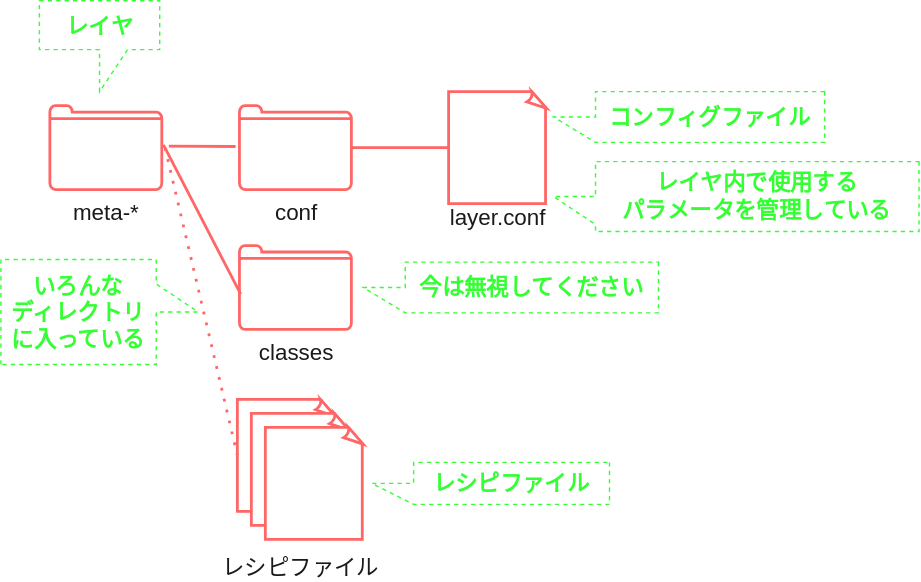
Earlier version of the draw.io export manual/docs/level-2/images/layer_directory.drawio.svg (AngryMane/yocto-learning). Source tidied: cells renumbered, new cells last; positions are measured from the earlier drawing's top-left corner, leaving out a move shared by most shapes. The source it was exported from:
```xml
<mxGraphModel>
  <root>
    <mxCell id="0" />
    <mxCell id="1" parent="0" />
    <mxCell id="2" value="meta-*" style="html=1;verticalLabelPosition=bottom;align=center;labelBackgroundColor=none;verticalAlign=top;strokeWidth=2;strokeColor=#FF6666;shadow=0;dashed=0;shape=mxgraph.ios7.icons.folder;fontColor=#1A1A1A;fontSize=16;" parent="1" vertex="1">
      <mxGeometry x="35" y="75" width="80" height="60" as="geometry" />
    </mxCell>
    <mxCell id="3" value="conf" style="html=1;verticalLabelPosition=bottom;align=center;labelBackgroundColor=none;verticalAlign=top;strokeWidth=2;strokeColor=#FF6666;shadow=0;dashed=0;shape=mxgraph.ios7.icons.folder;fontColor=#1A1A1A;fontSize=16;" parent="1" vertex="1">
      <mxGeometry x="170.5" y="75" width="80" height="60" as="geometry" />
    </mxCell>
    <mxCell id="4" style="whiteSpace=wrap;html=1;shape=mxgraph.basic.document;strokeColor=#FF6666;strokeWidth=2;fontColor=#1A1A1A;" parent="1" vertex="1">
      <mxGeometry x="320" y="65" width="70" height="80" as="geometry" />
    </mxCell>
    <mxCell id="5" value="layer.conf" style="text;html=1;align=center;verticalAlign=middle;strokeColor=none;fillColor=none;fontSize=16;fontColor=#1A1A1A;" parent="1" vertex="1">
      <mxGeometry x="315" y="145" width="80" height="20" as="geometry" />
    </mxCell>
    <mxCell id="6" value="classes" style="html=1;verticalLabelPosition=bottom;align=center;labelBackgroundColor=none;verticalAlign=top;strokeWidth=2;strokeColor=#FF6666;shadow=0;dashed=0;shape=mxgraph.ios7.icons.folder;fontColor=#1A1A1A;fontSize=16;" parent="1" vertex="1">
      <mxGeometry x="170.5" y="175" width="80" height="60" as="geometry" />
    </mxCell>
    <mxCell id="7" style="whiteSpace=wrap;html=1;shape=mxgraph.basic.document;strokeColor=#FF6666;strokeWidth=2;fontColor=#1A1A1A;" parent="1" vertex="1">
      <mxGeometry x="169" y="285" width="70" height="80" as="geometry" />
    </mxCell>
    <mxCell id="8" value="レシピファイル" style="text;html=1;align=center;verticalAlign=middle;strokeColor=none;fillColor=none;fontSize=16;fontColor=#1A1A1A;" parent="1" vertex="1">
      <mxGeometry x="149" y="395" width="130" height="20" as="geometry" />
    </mxCell>
    <mxCell id="9" style="whiteSpace=wrap;html=1;shape=mxgraph.basic.document;strokeColor=#FF6666;strokeWidth=2;fontColor=#1A1A1A;" parent="1" vertex="1">
      <mxGeometry x="179" y="295" width="70" height="80" as="geometry" />
    </mxCell>
    <mxCell id="10" style="whiteSpace=wrap;html=1;shape=mxgraph.basic.document;strokeColor=#FF6666;strokeWidth=2;fontColor=#1A1A1A;" parent="1" vertex="1">
      <mxGeometry x="189" y="305" width="70" height="80" as="geometry" />
    </mxCell>
    <mxCell id="11" style="edgeStyle=none;html=1;fontSize=16;fontColor=#FFFFFF;endArrow=none;endFill=0;strokeWidth=2;strokeColor=#FF6666;" parent="1" edge="1" target="4">
      <mxGeometry relative="1" as="geometry">
        <mxPoint x="250" y="105" as="sourcePoint" />
      </mxGeometry>
    </mxCell>
    <mxCell id="12" style="edgeStyle=none;html=1;entryX=0.011;entryY=0.58;entryDx=0;entryDy=0;entryPerimeter=0;fontSize=16;fontColor=#FFFFFF;endArrow=none;endFill=0;strokeWidth=2;strokeColor=#FF6666;exitX=1.015;exitY=0.467;exitDx=0;exitDy=0;exitPerimeter=0;" parent="1" edge="1" source="2" target="6">
      <mxGeometry relative="1" as="geometry" />
    </mxCell>
    <mxCell id="13" style="endArrow=none;dashed=1;html=1;dashPattern=1 3;strokeWidth=2;fontSize=16;fontColor=#FFFFFF;entryX=0;entryY=0.5;entryDx=0;entryDy=0;entryPerimeter=0;exitX=1.03;exitY=0.507;exitDx=0;exitDy=0;exitPerimeter=0;strokeColor=#FF6666;" parent="1" edge="1" source="2" target="7">
      <mxGeometry relative="1" as="geometry" />
    </mxCell>
    <mxCell id="14" value="いろんな&lt;br&gt;ディレクトリ&lt;br&gt;に入っている" style="shape=callout;whiteSpace=wrap;html=1;perimeter=calloutPerimeter;dashed=1;strokeWidth=1;fillColor=none;direction=north;strokeColor=#33FF33;fontColor=#33FF33;fontStyle=1;fontSize=16;" parent="1" vertex="1">
      <mxGeometry y="185" width="141" height="75" as="geometry" />
    </mxCell>
    <mxCell id="15" value="レイヤ" style="shape=callout;whiteSpace=wrap;html=1;perimeter=calloutPerimeter;dashed=1;strokeWidth=1;fillColor=none;direction=east;strokeColor=#33FF33;fontColor=#33FF33;fontStyle=1;fontSize=16;" parent="1" vertex="1">
      <mxGeometry x="27.5" width="86" height="65" as="geometry" />
    </mxCell>
    <mxCell id="16" style="edgeStyle=none;html=1;fontSize=16;fontColor=#FFFFFF;endArrow=none;endFill=0;strokeWidth=2;strokeColor=#FF6666;entryX=-0.034;entryY=0.487;entryDx=0;entryDy=0;entryPerimeter=0;" parent="1" edge="1" target="3">
      <mxGeometry relative="1" as="geometry">
        <mxPoint x="120" y="104" as="sourcePoint" />
      </mxGeometry>
    </mxCell>
    <mxCell id="17" value="レシピファイル" style="shape=callout;whiteSpace=wrap;html=1;perimeter=calloutPerimeter;dashed=1;strokeWidth=1;fillColor=none;direction=south;strokeColor=#33FF33;fontColor=#33FF33;fontStyle=1;fontSize=16;" parent="1" vertex="1">
      <mxGeometry x="265" y="330" width="170" height="30" as="geometry" />
    </mxCell>
    <mxCell id="18" value="コンフィグファイル" style="shape=callout;whiteSpace=wrap;html=1;perimeter=calloutPerimeter;dashed=1;strokeWidth=1;fillColor=none;direction=south;strokeColor=#33FF33;fontColor=#33FF33;fontStyle=1;fontSize=16;" parent="1" vertex="1">
      <mxGeometry x="395" y="65" width="193.8" height="36.2" as="geometry" />
    </mxCell>
    <mxCell id="19" value="今は無視してください" style="shape=callout;whiteSpace=wrap;html=1;perimeter=calloutPerimeter;dashed=1;strokeWidth=1;fillColor=none;direction=south;strokeColor=#33FF33;fontColor=#33FF33;fontStyle=1;fontSize=16;" parent="1" vertex="1">
      <mxGeometry x="259" y="186.9" width="211" height="36.2" as="geometry" />
    </mxCell>
    <mxCell id="20" value="レイヤ内で使用する&lt;br&gt;パラメータを管理している" style="shape=callout;whiteSpace=wrap;html=1;perimeter=calloutPerimeter;dashed=1;strokeWidth=1;fillColor=none;direction=south;strokeColor=#33FF33;fontColor=#33FF33;fontStyle=1;fontSize=16;" parent="1" vertex="1">
      <mxGeometry x="395" y="115" width="261.2" height="50" as="geometry" />
    </mxCell>
  </root>
</mxGraphModel>
```
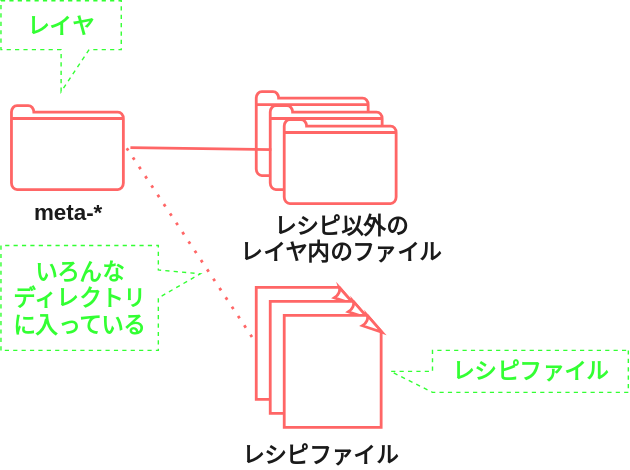
After the change.

The edit, as a diff of the source:
```diff
@@ -2,25 +2,13 @@
   <root>
     <mxCell id="0" />
     <mxCell id="1" parent="0" />
-    <mxCell id="2" value="meta-*" style="html=1;verticalLabelPosition=bottom;align=center;labelBackgroundColor=none;verticalAlign=top;strokeWidth=2;strokeColor=#FF6666;shadow=0;dashed=0;shape=mxgraph.ios7.icons.folder;fontColor=#1A1A1A;fontSize=16;" parent="1" vertex="1">
-      <mxGeometry x="35" y="75" width="80" height="60" as="geometry" />
+    <mxCell id="2" value="meta-*" style="html=1;verticalLabelPosition=bottom;align=center;labelBackgroundColor=none;verticalAlign=top;strokeWidth=2;strokeColor=#FF6666;shadow=0;dashed=0;shape=mxgraph.ios7.icons.folder;fontColor=#1A1A1A;fontSize=16;fontStyle=1;" parent="1" vertex="1">
+      <mxGeometry x="-6" y="155" width="80" height="60" as="geometry" />
     </mxCell>
-    <mxCell id="3" value="conf" style="html=1;verticalLabelPosition=bottom;align=center;labelBackgroundColor=none;verticalAlign=top;strokeWidth=2;strokeColor=#FF6666;shadow=0;dashed=0;shape=mxgraph.ios7.icons.folder;fontColor=#1A1A1A;fontSize=16;" parent="1" vertex="1">
-      <mxGeometry x="170.5" y="75" width="80" height="60" as="geometry" />
-    </mxCell>
-    <mxCell id="4" style="whiteSpace=wrap;html=1;shape=mxgraph.basic.document;strokeColor=#FF6666;strokeWidth=2;fontColor=#1A1A1A;" parent="1" vertex="1">
-      <mxGeometry x="320" y="65" width="70" height="80" as="geometry" />
-    </mxCell>
-    <mxCell id="5" value="layer.conf" style="text;html=1;align=center;verticalAlign=middle;strokeColor=none;fillColor=none;fontSize=16;fontColor=#1A1A1A;" parent="1" vertex="1">
-      <mxGeometry x="315" y="145" width="80" height="20" as="geometry" />
-    </mxCell>
-    <mxCell id="6" value="classes" style="html=1;verticalLabelPosition=bottom;align=center;labelBackgroundColor=none;verticalAlign=top;strokeWidth=2;strokeColor=#FF6666;shadow=0;dashed=0;shape=mxgraph.ios7.icons.folder;fontColor=#1A1A1A;fontSize=16;" parent="1" vertex="1">
-      <mxGeometry x="170.5" y="175" width="80" height="60" as="geometry" />
-    </mxCell>
     <mxCell id="7" style="whiteSpace=wrap;html=1;shape=mxgraph.basic.document;strokeColor=#FF6666;strokeWidth=2;fontColor=#1A1A1A;" parent="1" vertex="1">
       <mxGeometry x="169" y="285" width="70" height="80" as="geometry" />
     </mxCell>
-    <mxCell id="8" value="レシピファイル" style="text;html=1;align=center;verticalAlign=middle;strokeColor=none;fillColor=none;fontSize=16;fontColor=#1A1A1A;" parent="1" vertex="1">
+    <mxCell id="8" value="レシピファイル" style="text;html=1;align=center;verticalAlign=middle;strokeColor=none;fillColor=none;fontSize=16;fontColor=#1A1A1A;fontStyle=1;" parent="1" vertex="1">
       <mxGeometry x="149" y="395" width="130" height="20" as="geometry" />
     </mxCell>
     <mxCell id="9" style="whiteSpace=wrap;html=1;shape=mxgraph.basic.document;strokeColor=#FF6666;strokeWidth=2;fontColor=#1A1A1A;" parent="1" vertex="1">
@@ -29,39 +17,32 @@
     <mxCell id="10" style="whiteSpace=wrap;html=1;shape=mxgraph.basic.document;strokeColor=#FF6666;strokeWidth=2;fontColor=#1A1A1A;" parent="1" vertex="1">
       <mxGeometry x="189" y="305" width="70" height="80" as="geometry" />
     </mxCell>
-    <mxCell id="11" style="edgeStyle=none;html=1;fontSize=16;fontColor=#FFFFFF;endArrow=none;endFill=0;strokeWidth=2;strokeColor=#FF6666;" parent="1" edge="1" target="4">
-      <mxGeometry relative="1" as="geometry">
-        <mxPoint x="250" y="105" as="sourcePoint" />
-      </mxGeometry>
-    </mxCell>
-    <mxCell id="12" style="edgeStyle=none;html=1;entryX=0.011;entryY=0.58;entryDx=0;entryDy=0;entryPerimeter=0;fontSize=16;fontColor=#FFFFFF;endArrow=none;endFill=0;strokeWidth=2;strokeColor=#FF6666;exitX=1.015;exitY=0.467;exitDx=0;exitDy=0;exitPerimeter=0;" parent="1" edge="1" source="2" target="6">
-      <mxGeometry relative="1" as="geometry" />
-    </mxCell>
     <mxCell id="13" style="endArrow=none;dashed=1;html=1;dashPattern=1 3;strokeWidth=2;fontSize=16;fontColor=#FFFFFF;entryX=0;entryY=0.5;entryDx=0;entryDy=0;entryPerimeter=0;exitX=1.03;exitY=0.507;exitDx=0;exitDy=0;exitPerimeter=0;strokeColor=#FF6666;" parent="1" edge="1" source="2" target="7">
       <mxGeometry relative="1" as="geometry" />
     </mxCell>
-    <mxCell id="14" value="いろんな&lt;br&gt;ディレクトリ&lt;br&gt;に入っている" style="shape=callout;whiteSpace=wrap;html=1;perimeter=calloutPerimeter;dashed=1;strokeWidth=1;fillColor=none;direction=north;strokeColor=#33FF33;fontColor=#33FF33;fontStyle=1;fontSize=16;" parent="1" vertex="1">
-      <mxGeometry y="185" width="141" height="75" as="geometry" />
+    <mxCell id="14" value="いろんな&lt;br&gt;ディレクトリ&lt;br&gt;に入っている" style="shape=callout;whiteSpace=wrap;html=1;perimeter=calloutPerimeter;dashed=1;strokeWidth=1;fillColor=none;direction=north;strokeColor=#33FF33;fontColor=#33FF33;fontStyle=1;fontSize=16;position2=0.73;" parent="1" vertex="1">
+      <mxGeometry x="-13.5" y="255" width="142.5" height="75" as="geometry" />
     </mxCell>
     <mxCell id="15" value="レイヤ" style="shape=callout;whiteSpace=wrap;html=1;perimeter=calloutPerimeter;dashed=1;strokeWidth=1;fillColor=none;direction=east;strokeColor=#33FF33;fontColor=#33FF33;fontStyle=1;fontSize=16;" parent="1" vertex="1">
-      <mxGeometry x="27.5" width="86" height="65" as="geometry" />
+      <mxGeometry x="-13.5" y="80" width="86" height="65" as="geometry" />
     </mxCell>
-    <mxCell id="16" style="edgeStyle=none;html=1;fontSize=16;fontColor=#FFFFFF;endArrow=none;endFill=0;strokeWidth=2;strokeColor=#FF6666;entryX=-0.034;entryY=0.487;entryDx=0;entryDy=0;entryPerimeter=0;" parent="1" edge="1" target="3">
-      <mxGeometry relative="1" as="geometry">
-        <mxPoint x="120" y="104" as="sourcePoint" />
-      </mxGeometry>
-    </mxCell>
     <mxCell id="17" value="レシピファイル" style="shape=callout;whiteSpace=wrap;html=1;perimeter=calloutPerimeter;dashed=1;strokeWidth=1;fillColor=none;direction=south;strokeColor=#33FF33;fontColor=#33FF33;fontStyle=1;fontSize=16;" parent="1" vertex="1">
       <mxGeometry x="265" y="330" width="170" height="30" as="geometry" />
     </mxCell>
-    <mxCell id="18" value="コンフィグファイル" style="shape=callout;whiteSpace=wrap;html=1;perimeter=calloutPerimeter;dashed=1;strokeWidth=1;fillColor=none;direction=south;strokeColor=#33FF33;fontColor=#33FF33;fontStyle=1;fontSize=16;" parent="1" vertex="1">
-      <mxGeometry x="395" y="65" width="193.8" height="36.2" as="geometry" />
-    </mxCell>
-    <mxCell id="19" value="今は無視してください" style="shape=callout;whiteSpace=wrap;html=1;perimeter=calloutPerimeter;dashed=1;strokeWidth=1;fillColor=none;direction=south;strokeColor=#33FF33;fontColor=#33FF33;fontStyle=1;fontSize=16;" parent="1" vertex="1">
-      <mxGeometry x="259" y="186.9" width="211" height="36.2" as="geometry" />
-    </mxCell>
-    <mxCell id="20" value="レイヤ内で使用する&lt;br&gt;パラメータを管理している" style="shape=callout;whiteSpace=wrap;html=1;perimeter=calloutPerimeter;dashed=1;strokeWidth=1;fillColor=none;direction=south;strokeColor=#33FF33;fontColor=#33FF33;fontStyle=1;fontSize=16;" parent="1" vertex="1">
-      <mxGeometry x="395" y="115" width="261.2" height="50" as="geometry" />
-    </mxCell>
+    <mxCell id="21" style="group;" parent="1" vertex="1">
+      <mxGeometry x="169" y="145" width="100" height="80" as="geometry" />
+    </mxCell>
+    <mxCell id="3" style="html=1;verticalLabelPosition=bottom;align=center;labelBackgroundColor=none;verticalAlign=top;strokeWidth=2;strokeColor=#FF6666;shadow=0;dashed=0;shape=mxgraph.ios7.icons.folder;fontColor=#1A1A1A;fontSize=16;" parent="21" vertex="1">
+      <mxGeometry width="80" height="60" as="geometry" />
+    </mxCell>
+    <mxCell id="22" style="html=1;verticalLabelPosition=bottom;align=center;labelBackgroundColor=none;verticalAlign=top;strokeWidth=2;strokeColor=#FF6666;shadow=0;dashed=0;shape=mxgraph.ios7.icons.folder;fontColor=#1A1A1A;fontSize=16;" parent="21" vertex="1">
+      <mxGeometry x="10" y="10" width="80" height="60" as="geometry" />
+    </mxCell>
+    <mxCell id="23" value="レシピ以外の&lt;br&gt;レイヤ内のファイル" style="html=1;verticalLabelPosition=bottom;align=center;labelBackgroundColor=none;verticalAlign=top;strokeWidth=2;strokeColor=#FF6666;shadow=0;dashed=0;shape=mxgraph.ios7.icons.folder;fontColor=#1A1A1A;fontSize=16;fontStyle=1;" parent="21" vertex="1">
+      <mxGeometry x="20" y="20" width="80" height="60" as="geometry" />
+    </mxCell>
+    <mxCell id="24" style="endArrow=none;html=1;strokeWidth=2;fontSize=16;fontColor=#FFFFFF;entryX=0.01;entryY=0.524;entryDx=0;entryDy=0;entryPerimeter=0;strokeColor=#FF6666;exitX=1.063;exitY=0.5;exitDx=0;exitDy=0;exitPerimeter=0;" parent="1" edge="1" source="2" target="22">
+      <mxGeometry relative="1" as="geometry" />
+    </mxCell>
   </root>
 </mxGraphModel>
```
